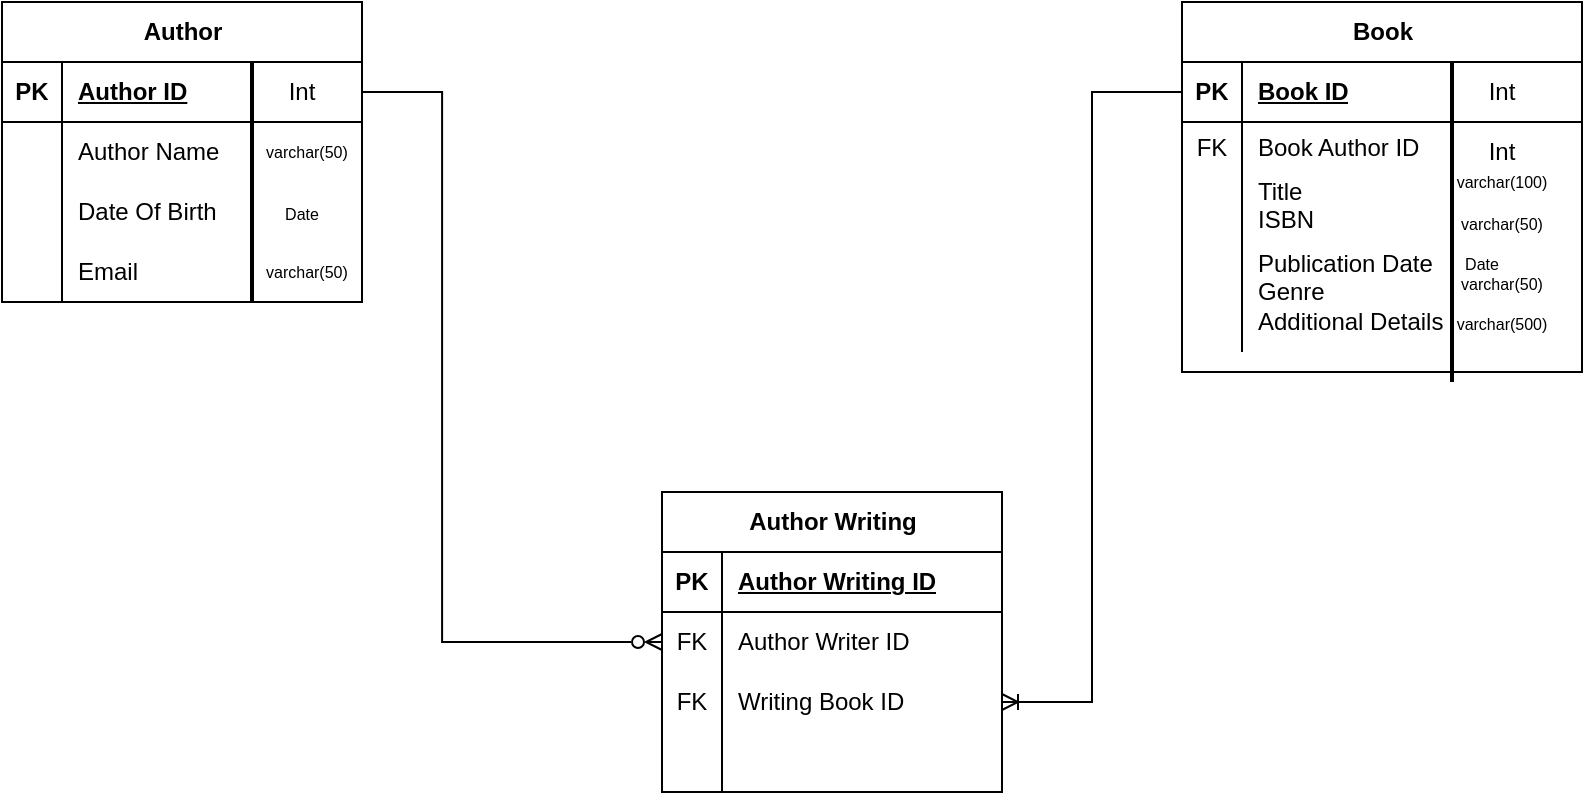
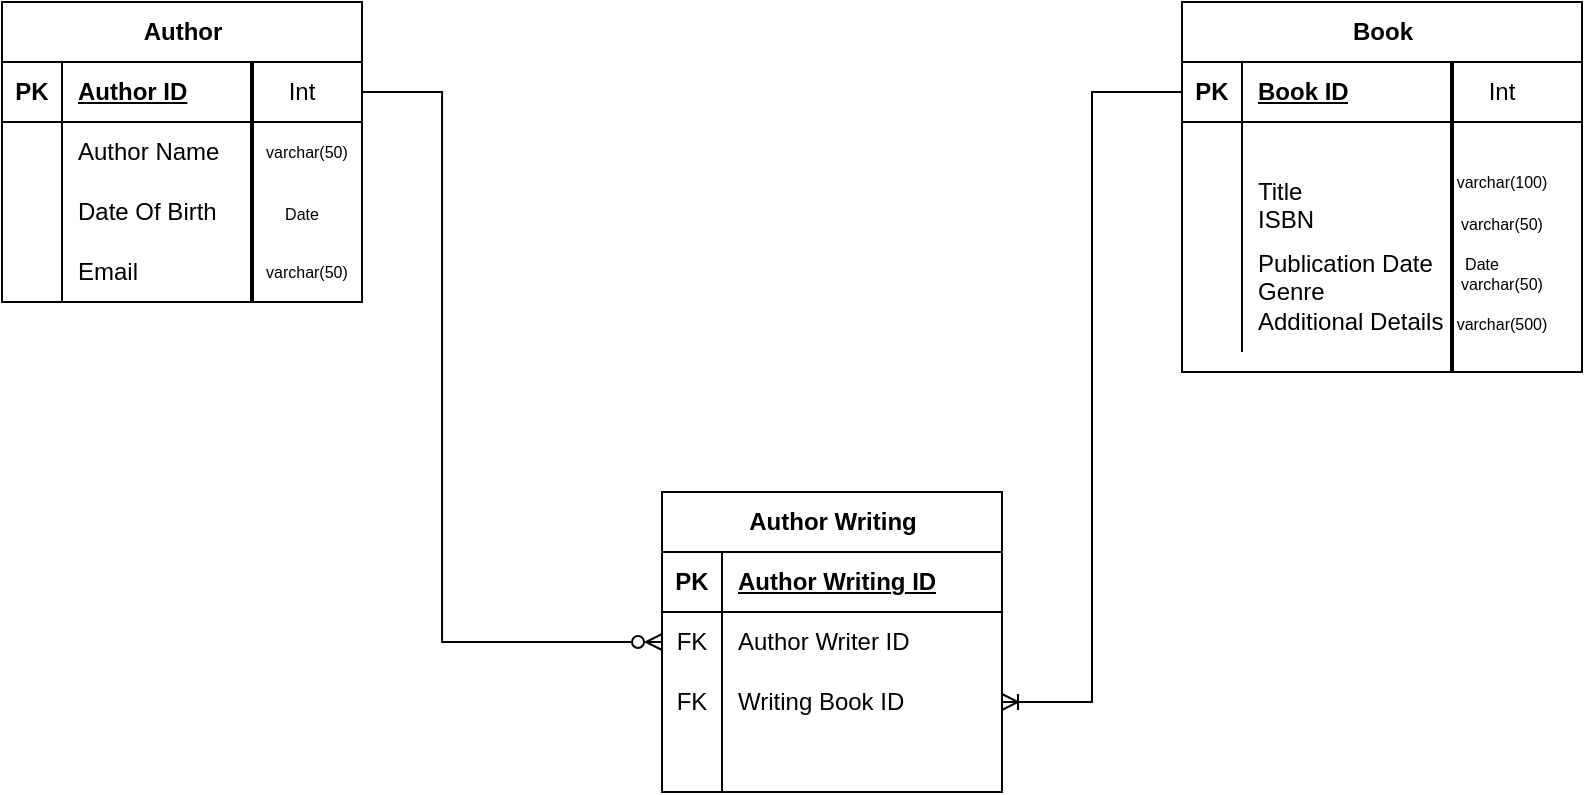
<mxfile host="app.diagrams.net">
  <diagram name="Page-1" id="Zk_2pc1_gUzyAgNU6dPZ">
-     <mxGraphModel dx="799" dy="380" grid="1" gridSize="10" guides="1" tooltips="1" connect="1" arrows="1" fold="1" page="1" pageScale="1" pageWidth="850" pageHeight="1100" math="0" shadow="0">
+     <mxGraphModel dx="965" dy="459" grid="1" gridSize="10" guides="1" tooltips="1" connect="1" arrows="1" fold="1" page="1" pageScale="1" pageWidth="850" pageHeight="1100" math="0" shadow="0">
      <root>
        <mxCell id="0" />
        <mxCell id="1" parent="0" />
        <mxCell id="A8dy5UsNKd1sQuRE_VdO-28" parent="1" style="shape=table;startSize=30;container=1;collapsible=1;childLayout=tableLayout;fixedRows=1;rowLines=0;fontStyle=1;align=center;resizeLast=1;html=1;" value="Book" vertex="1">
          <mxGeometry height="185" width="200" x="610" y="185" as="geometry" />
        </mxCell>
        <mxCell id="A8dy5UsNKd1sQuRE_VdO-29" parent="A8dy5UsNKd1sQuRE_VdO-28" style="shape=tableRow;horizontal=0;startSize=0;swimlaneHead=0;swimlaneBody=0;fillColor=none;collapsible=0;dropTarget=0;points=[[0,0.5],[1,0.5]];portConstraint=eastwest;top=0;left=0;right=0;bottom=1;" value="" vertex="1">
          <mxGeometry height="30" width="200" y="30" as="geometry" />
        </mxCell>
        <mxCell id="A8dy5UsNKd1sQuRE_VdO-30" parent="A8dy5UsNKd1sQuRE_VdO-29" style="shape=partialRectangle;connectable=0;fillColor=none;top=0;left=0;bottom=0;right=0;fontStyle=1;overflow=hidden;whiteSpace=wrap;html=1;" value="PK" vertex="1">
          <mxGeometry height="30" width="30" as="geometry">
            <mxRectangle height="30" width="30" as="alternateBounds" />
          </mxGeometry>
        </mxCell>
        <mxCell id="A8dy5UsNKd1sQuRE_VdO-31" parent="A8dy5UsNKd1sQuRE_VdO-29" style="shape=partialRectangle;connectable=0;fillColor=none;top=0;left=0;bottom=0;right=0;align=left;spacingLeft=6;fontStyle=5;overflow=hidden;whiteSpace=wrap;html=1;" value="Book ID" vertex="1">
          <mxGeometry height="30" width="170" x="30" as="geometry">
            <mxRectangle height="30" width="170" as="alternateBounds" />
          </mxGeometry>
        </mxCell>
        <mxCell id="A8dy5UsNKd1sQuRE_VdO-32" parent="A8dy5UsNKd1sQuRE_VdO-28" style="shape=tableRow;horizontal=0;startSize=0;swimlaneHead=0;swimlaneBody=0;fillColor=none;collapsible=0;dropTarget=0;points=[[0,0.5],[1,0.5]];portConstraint=eastwest;top=0;left=0;right=0;bottom=0;" value="" vertex="1">
          <mxGeometry height="25" width="200" y="60" as="geometry" />
        </mxCell>
-         <mxCell id="A8dy5UsNKd1sQuRE_VdO-33" parent="A8dy5UsNKd1sQuRE_VdO-32" style="shape=partialRectangle;connectable=0;fillColor=none;top=0;left=0;bottom=0;right=0;editable=1;overflow=hidden;whiteSpace=wrap;html=1;" value="FK" vertex="1">
+         <mxCell id="A8dy5UsNKd1sQuRE_VdO-33" parent="A8dy5UsNKd1sQuRE_VdO-32" style="shape=partialRectangle;connectable=0;fillColor=none;top=0;left=0;bottom=0;right=0;editable=1;overflow=hidden;whiteSpace=wrap;html=1;" value="" vertex="1">
          <mxGeometry height="25" width="30" as="geometry">
            <mxRectangle height="25" width="30" as="alternateBounds" />
          </mxGeometry>
        </mxCell>
-         <mxCell id="A8dy5UsNKd1sQuRE_VdO-34" parent="A8dy5UsNKd1sQuRE_VdO-32" style="shape=partialRectangle;connectable=0;fillColor=none;top=0;left=0;bottom=0;right=0;align=left;spacingLeft=6;overflow=hidden;whiteSpace=wrap;html=1;" value="Book Author ID" vertex="1">
+         <mxCell id="A8dy5UsNKd1sQuRE_VdO-34" parent="A8dy5UsNKd1sQuRE_VdO-32" style="shape=partialRectangle;connectable=0;fillColor=none;top=0;left=0;bottom=0;right=0;align=left;spacingLeft=6;overflow=hidden;whiteSpace=wrap;html=1;" value="" vertex="1">
          <mxGeometry height="25" width="170" x="30" as="geometry">
            <mxRectangle height="25" width="170" as="alternateBounds" />
          </mxGeometry>
        </mxCell>
        <mxCell id="A8dy5UsNKd1sQuRE_VdO-35" parent="A8dy5UsNKd1sQuRE_VdO-28" style="shape=tableRow;horizontal=0;startSize=0;swimlaneHead=0;swimlaneBody=0;fillColor=none;collapsible=0;dropTarget=0;points=[[0,0.5],[1,0.5]];portConstraint=eastwest;top=0;left=0;right=0;bottom=0;" value="" vertex="1">
          <mxGeometry height="30" width="200" y="85" as="geometry" />
        </mxCell>
        <mxCell id="A8dy5UsNKd1sQuRE_VdO-36" parent="A8dy5UsNKd1sQuRE_VdO-35" style="shape=partialRectangle;connectable=0;fillColor=none;top=0;left=0;bottom=0;right=0;editable=1;overflow=hidden;whiteSpace=wrap;html=1;" value="" vertex="1">
          <mxGeometry height="30" width="30" as="geometry">
            <mxRectangle height="30" width="30" as="alternateBounds" />
          </mxGeometry>
        </mxCell>
        <mxCell id="A8dy5UsNKd1sQuRE_VdO-37" parent="A8dy5UsNKd1sQuRE_VdO-35" style="shape=partialRectangle;connectable=0;fillColor=none;top=0;left=0;bottom=0;right=0;align=left;spacingLeft=6;overflow=hidden;whiteSpace=wrap;html=1;" value="&lt;div&gt;Title&lt;/div&gt;&lt;div&gt;ISBN&lt;/div&gt;" vertex="1">
          <mxGeometry height="30" width="170" x="30" as="geometry">
            <mxRectangle height="30" width="170" as="alternateBounds" />
          </mxGeometry>
        </mxCell>
        <mxCell id="A8dy5UsNKd1sQuRE_VdO-38" parent="A8dy5UsNKd1sQuRE_VdO-28" style="shape=tableRow;horizontal=0;startSize=0;swimlaneHead=0;swimlaneBody=0;fillColor=none;collapsible=0;dropTarget=0;points=[[0,0.5],[1,0.5]];portConstraint=eastwest;top=0;left=0;right=0;bottom=0;" value="" vertex="1">
          <mxGeometry height="60" width="200" y="115" as="geometry" />
        </mxCell>
        <mxCell id="A8dy5UsNKd1sQuRE_VdO-39" parent="A8dy5UsNKd1sQuRE_VdO-38" style="shape=partialRectangle;connectable=0;fillColor=none;top=0;left=0;bottom=0;right=0;editable=1;overflow=hidden;whiteSpace=wrap;html=1;" value="" vertex="1">
          <mxGeometry height="60" width="30" as="geometry">
            <mxRectangle height="60" width="30" as="alternateBounds" />
          </mxGeometry>
        </mxCell>
        <mxCell id="A8dy5UsNKd1sQuRE_VdO-40" parent="A8dy5UsNKd1sQuRE_VdO-38" style="shape=partialRectangle;connectable=0;fillColor=none;top=0;left=0;bottom=0;right=0;align=left;spacingLeft=6;overflow=hidden;whiteSpace=wrap;html=1;" value="&lt;div&gt;Publication Date&lt;/div&gt;&lt;div&gt;Genre&amp;nbsp;&lt;/div&gt;&lt;div&gt;Additional Details&lt;/div&gt;" vertex="1">
          <mxGeometry height="60" width="170" x="30" as="geometry">
            <mxRectangle height="60" width="170" as="alternateBounds" />
          </mxGeometry>
        </mxCell>
        <mxCell id="A8dy5UsNKd1sQuRE_VdO-41" parent="1" style="line;strokeWidth=2;direction=south;html=1;" value="" vertex="1">
-           <mxGeometry height="160" width="10" x="740" y="215" as="geometry" />
+           <mxGeometry height="155" width="10" x="740" y="215" as="geometry" />
        </mxCell>
        <mxCell id="A8dy5UsNKd1sQuRE_VdO-44" parent="1" style="text;html=1;whiteSpace=wrap;strokeColor=none;fillColor=none;align=center;verticalAlign=middle;rounded=0;" value="Int" vertex="1">
          <mxGeometry height="30" width="60" x="740" y="215" as="geometry" />
        </mxCell>
        <mxCell id="A8dy5UsNKd1sQuRE_VdO-47" parent="1" style="text;html=1;whiteSpace=wrap;strokeColor=none;fillColor=none;align=center;verticalAlign=middle;rounded=0;" value="&lt;font style=&quot;font-size: 8px;&quot;&gt;varchar(50)&lt;/font&gt;" vertex="1">
          <mxGeometry height="30" width="60" x="740" y="280" as="geometry" />
        </mxCell>
        <mxCell id="A8dy5UsNKd1sQuRE_VdO-48" parent="1" style="text;whiteSpace=wrap;html=1;align=center;" value="&lt;div align=&quot;center&quot;&gt;&lt;font style=&quot;font-size: 8px;&quot;&gt;varchar(100)&lt;/font&gt;&lt;/div&gt;" vertex="1">
          <mxGeometry height="40" width="80" x="730" y="260" as="geometry" />
-         </mxCell>
-         <mxCell id="A8dy5UsNKd1sQuRE_VdO-49" parent="1" style="text;html=1;whiteSpace=wrap;strokeColor=none;fillColor=none;align=center;verticalAlign=middle;rounded=0;" value="Int" vertex="1">
-           <mxGeometry height="30" width="60" x="740" y="245" as="geometry" />
        </mxCell>
        <mxCell id="A8dy5UsNKd1sQuRE_VdO-50" parent="1" style="text;html=1;whiteSpace=wrap;strokeColor=none;fillColor=none;align=center;verticalAlign=middle;rounded=0;" value="&lt;font style=&quot;font-size: 8px;&quot;&gt;varchar(50)&lt;/font&gt;" vertex="1">
          <mxGeometry height="30" width="60" x="740" y="310" as="geometry" />
        </mxCell>
        <mxCell id="A8dy5UsNKd1sQuRE_VdO-53" parent="1" style="text;html=1;whiteSpace=wrap;strokeColor=none;fillColor=none;align=center;verticalAlign=middle;rounded=0;" value="&lt;font style=&quot;font-size: 8px;&quot;&gt;Date&lt;/font&gt;" vertex="1">
          <mxGeometry height="30" width="60" x="730" y="300" as="geometry" />
        </mxCell>
        <mxCell id="A8dy5UsNKd1sQuRE_VdO-54" parent="1" style="text;html=1;whiteSpace=wrap;strokeColor=none;fillColor=none;align=center;verticalAlign=middle;rounded=0;" value="&lt;div align=&quot;center&quot;&gt;&lt;font style=&quot;font-size: 8px;&quot;&gt;varchar(500)&lt;/font&gt;&lt;/div&gt;" vertex="1">
          <mxGeometry height="30" width="60" x="740" y="330" as="geometry" />
        </mxCell>
        <mxCell id="A8dy5UsNKd1sQuRE_VdO-57" parent="1" style="shape=table;startSize=30;container=1;collapsible=1;childLayout=tableLayout;fixedRows=1;rowLines=0;fontStyle=1;align=center;resizeLast=1;html=1;" value="Author Writing" vertex="1">
          <mxGeometry height="150" width="170" x="350" y="430" as="geometry" />
        </mxCell>
        <mxCell id="A8dy5UsNKd1sQuRE_VdO-58" parent="A8dy5UsNKd1sQuRE_VdO-57" style="shape=tableRow;horizontal=0;startSize=0;swimlaneHead=0;swimlaneBody=0;fillColor=none;collapsible=0;dropTarget=0;points=[[0,0.5],[1,0.5]];portConstraint=eastwest;top=0;left=0;right=0;bottom=1;" value="" vertex="1">
          <mxGeometry height="30" width="170" y="30" as="geometry" />
        </mxCell>
        <mxCell id="A8dy5UsNKd1sQuRE_VdO-59" parent="A8dy5UsNKd1sQuRE_VdO-58" style="shape=partialRectangle;connectable=0;fillColor=none;top=0;left=0;bottom=0;right=0;fontStyle=1;overflow=hidden;whiteSpace=wrap;html=1;" value="PK" vertex="1">
          <mxGeometry height="30" width="30" as="geometry">
            <mxRectangle height="30" width="30" as="alternateBounds" />
          </mxGeometry>
        </mxCell>
        <mxCell id="A8dy5UsNKd1sQuRE_VdO-60" parent="A8dy5UsNKd1sQuRE_VdO-58" style="shape=partialRectangle;connectable=0;fillColor=none;top=0;left=0;bottom=0;right=0;align=left;spacingLeft=6;fontStyle=5;overflow=hidden;whiteSpace=wrap;html=1;" value="Author Writing ID" vertex="1">
          <mxGeometry height="30" width="140" x="30" as="geometry">
            <mxRectangle height="30" width="140" as="alternateBounds" />
          </mxGeometry>
        </mxCell>
        <mxCell id="A8dy5UsNKd1sQuRE_VdO-61" parent="A8dy5UsNKd1sQuRE_VdO-57" style="shape=tableRow;horizontal=0;startSize=0;swimlaneHead=0;swimlaneBody=0;fillColor=none;collapsible=0;dropTarget=0;points=[[0,0.5],[1,0.5]];portConstraint=eastwest;top=0;left=0;right=0;bottom=0;" value="" vertex="1">
          <mxGeometry height="30" width="170" y="60" as="geometry" />
        </mxCell>
        <mxCell id="A8dy5UsNKd1sQuRE_VdO-62" parent="A8dy5UsNKd1sQuRE_VdO-61" style="shape=partialRectangle;connectable=0;fillColor=none;top=0;left=0;bottom=0;right=0;editable=1;overflow=hidden;whiteSpace=wrap;html=1;" value="FK" vertex="1">
          <mxGeometry height="30" width="30" as="geometry">
            <mxRectangle height="30" width="30" as="alternateBounds" />
          </mxGeometry>
        </mxCell>
        <mxCell id="A8dy5UsNKd1sQuRE_VdO-63" parent="A8dy5UsNKd1sQuRE_VdO-61" style="shape=partialRectangle;connectable=0;fillColor=none;top=0;left=0;bottom=0;right=0;align=left;spacingLeft=6;overflow=hidden;whiteSpace=wrap;html=1;" value="Author Writer ID" vertex="1">
          <mxGeometry height="30" width="140" x="30" as="geometry">
            <mxRectangle height="30" width="140" as="alternateBounds" />
          </mxGeometry>
        </mxCell>
        <mxCell id="A8dy5UsNKd1sQuRE_VdO-64" parent="A8dy5UsNKd1sQuRE_VdO-57" style="shape=tableRow;horizontal=0;startSize=0;swimlaneHead=0;swimlaneBody=0;fillColor=none;collapsible=0;dropTarget=0;points=[[0,0.5],[1,0.5]];portConstraint=eastwest;top=0;left=0;right=0;bottom=0;" value="" vertex="1">
          <mxGeometry height="30" width="170" y="90" as="geometry" />
        </mxCell>
        <mxCell id="A8dy5UsNKd1sQuRE_VdO-65" parent="A8dy5UsNKd1sQuRE_VdO-64" style="shape=partialRectangle;connectable=0;fillColor=none;top=0;left=0;bottom=0;right=0;editable=1;overflow=hidden;whiteSpace=wrap;html=1;" value="FK" vertex="1">
          <mxGeometry height="30" width="30" as="geometry">
            <mxRectangle height="30" width="30" as="alternateBounds" />
          </mxGeometry>
        </mxCell>
        <mxCell id="A8dy5UsNKd1sQuRE_VdO-66" parent="A8dy5UsNKd1sQuRE_VdO-64" style="shape=partialRectangle;connectable=0;fillColor=none;top=0;left=0;bottom=0;right=0;align=left;spacingLeft=6;overflow=hidden;whiteSpace=wrap;html=1;" value="Writing Book ID" vertex="1">
          <mxGeometry height="30" width="140" x="30" as="geometry">
            <mxRectangle height="30" width="140" as="alternateBounds" />
          </mxGeometry>
        </mxCell>
        <mxCell id="A8dy5UsNKd1sQuRE_VdO-67" parent="A8dy5UsNKd1sQuRE_VdO-57" style="shape=tableRow;horizontal=0;startSize=0;swimlaneHead=0;swimlaneBody=0;fillColor=none;collapsible=0;dropTarget=0;points=[[0,0.5],[1,0.5]];portConstraint=eastwest;top=0;left=0;right=0;bottom=0;" value="" vertex="1">
          <mxGeometry height="30" width="170" y="120" as="geometry" />
        </mxCell>
        <mxCell id="A8dy5UsNKd1sQuRE_VdO-68" parent="A8dy5UsNKd1sQuRE_VdO-67" style="shape=partialRectangle;connectable=0;fillColor=none;top=0;left=0;bottom=0;right=0;editable=1;overflow=hidden;whiteSpace=wrap;html=1;" value="" vertex="1">
          <mxGeometry height="30" width="30" as="geometry">
            <mxRectangle height="30" width="30" as="alternateBounds" />
          </mxGeometry>
        </mxCell>
        <mxCell id="A8dy5UsNKd1sQuRE_VdO-69" parent="A8dy5UsNKd1sQuRE_VdO-67" style="shape=partialRectangle;connectable=0;fillColor=none;top=0;left=0;bottom=0;right=0;align=left;spacingLeft=6;overflow=hidden;whiteSpace=wrap;html=1;" value="" vertex="1">
          <mxGeometry height="30" width="140" x="30" as="geometry">
            <mxRectangle height="30" width="140" as="alternateBounds" />
          </mxGeometry>
        </mxCell>
        <mxCell id="A8dy5UsNKd1sQuRE_VdO-71" parent="1" style="shape=table;startSize=30;container=1;collapsible=1;childLayout=tableLayout;fixedRows=1;rowLines=0;fontStyle=1;align=center;resizeLast=1;html=1;" value="Author" vertex="1">
          <mxGeometry height="150" width="180" x="20" y="185" as="geometry" />
        </mxCell>
        <mxCell id="A8dy5UsNKd1sQuRE_VdO-72" parent="A8dy5UsNKd1sQuRE_VdO-71" style="shape=tableRow;horizontal=0;startSize=0;swimlaneHead=0;swimlaneBody=0;fillColor=none;collapsible=0;dropTarget=0;points=[[0,0.5],[1,0.5]];portConstraint=eastwest;top=0;left=0;right=0;bottom=1;" value="" vertex="1">
          <mxGeometry height="30" width="180" y="30" as="geometry" />
        </mxCell>
        <mxCell id="A8dy5UsNKd1sQuRE_VdO-73" parent="A8dy5UsNKd1sQuRE_VdO-72" style="shape=partialRectangle;connectable=0;fillColor=none;top=0;left=0;bottom=0;right=0;fontStyle=1;overflow=hidden;whiteSpace=wrap;html=1;" value="PK" vertex="1">
          <mxGeometry height="30" width="30" as="geometry">
            <mxRectangle height="30" width="30" as="alternateBounds" />
          </mxGeometry>
        </mxCell>
        <mxCell id="A8dy5UsNKd1sQuRE_VdO-74" parent="A8dy5UsNKd1sQuRE_VdO-72" style="shape=partialRectangle;connectable=0;fillColor=none;top=0;left=0;bottom=0;right=0;align=left;spacingLeft=6;fontStyle=5;overflow=hidden;whiteSpace=wrap;html=1;" value="Author ID" vertex="1">
          <mxGeometry height="30" width="150" x="30" as="geometry">
            <mxRectangle height="30" width="150" as="alternateBounds" />
          </mxGeometry>
        </mxCell>
        <mxCell id="A8dy5UsNKd1sQuRE_VdO-75" parent="A8dy5UsNKd1sQuRE_VdO-71" style="shape=tableRow;horizontal=0;startSize=0;swimlaneHead=0;swimlaneBody=0;fillColor=none;collapsible=0;dropTarget=0;points=[[0,0.5],[1,0.5]];portConstraint=eastwest;top=0;left=0;right=0;bottom=0;" value="" vertex="1">
          <mxGeometry height="30" width="180" y="60" as="geometry" />
        </mxCell>
        <mxCell id="A8dy5UsNKd1sQuRE_VdO-76" parent="A8dy5UsNKd1sQuRE_VdO-75" style="shape=partialRectangle;connectable=0;fillColor=none;top=0;left=0;bottom=0;right=0;editable=1;overflow=hidden;whiteSpace=wrap;html=1;" value="" vertex="1">
          <mxGeometry height="30" width="30" as="geometry">
            <mxRectangle height="30" width="30" as="alternateBounds" />
          </mxGeometry>
        </mxCell>
        <mxCell id="A8dy5UsNKd1sQuRE_VdO-77" parent="A8dy5UsNKd1sQuRE_VdO-75" style="shape=partialRectangle;connectable=0;fillColor=none;top=0;left=0;bottom=0;right=0;align=left;spacingLeft=6;overflow=hidden;whiteSpace=wrap;html=1;" value="Author Name" vertex="1">
          <mxGeometry height="30" width="150" x="30" as="geometry">
            <mxRectangle height="30" width="150" as="alternateBounds" />
          </mxGeometry>
        </mxCell>
        <mxCell id="A8dy5UsNKd1sQuRE_VdO-78" parent="A8dy5UsNKd1sQuRE_VdO-71" style="shape=tableRow;horizontal=0;startSize=0;swimlaneHead=0;swimlaneBody=0;fillColor=none;collapsible=0;dropTarget=0;points=[[0,0.5],[1,0.5]];portConstraint=eastwest;top=0;left=0;right=0;bottom=0;" value="" vertex="1">
          <mxGeometry height="30" width="180" y="90" as="geometry" />
        </mxCell>
        <mxCell id="A8dy5UsNKd1sQuRE_VdO-79" parent="A8dy5UsNKd1sQuRE_VdO-78" style="shape=partialRectangle;connectable=0;fillColor=none;top=0;left=0;bottom=0;right=0;editable=1;overflow=hidden;whiteSpace=wrap;html=1;" value="" vertex="1">
          <mxGeometry height="30" width="30" as="geometry">
            <mxRectangle height="30" width="30" as="alternateBounds" />
          </mxGeometry>
        </mxCell>
        <mxCell id="A8dy5UsNKd1sQuRE_VdO-80" parent="A8dy5UsNKd1sQuRE_VdO-78" style="shape=partialRectangle;connectable=0;fillColor=none;top=0;left=0;bottom=0;right=0;align=left;spacingLeft=6;overflow=hidden;whiteSpace=wrap;html=1;" value="Date Of Birth" vertex="1">
          <mxGeometry height="30" width="150" x="30" as="geometry">
            <mxRectangle height="30" width="150" as="alternateBounds" />
          </mxGeometry>
        </mxCell>
        <mxCell id="A8dy5UsNKd1sQuRE_VdO-81" parent="A8dy5UsNKd1sQuRE_VdO-71" style="shape=tableRow;horizontal=0;startSize=0;swimlaneHead=0;swimlaneBody=0;fillColor=none;collapsible=0;dropTarget=0;points=[[0,0.5],[1,0.5]];portConstraint=eastwest;top=0;left=0;right=0;bottom=0;" value="" vertex="1">
          <mxGeometry height="30" width="180" y="120" as="geometry" />
        </mxCell>
        <mxCell id="A8dy5UsNKd1sQuRE_VdO-82" parent="A8dy5UsNKd1sQuRE_VdO-81" style="shape=partialRectangle;connectable=0;fillColor=none;top=0;left=0;bottom=0;right=0;editable=1;overflow=hidden;whiteSpace=wrap;html=1;" value="" vertex="1">
          <mxGeometry height="30" width="30" as="geometry">
            <mxRectangle height="30" width="30" as="alternateBounds" />
          </mxGeometry>
        </mxCell>
        <mxCell id="A8dy5UsNKd1sQuRE_VdO-83" parent="A8dy5UsNKd1sQuRE_VdO-81" style="shape=partialRectangle;connectable=0;fillColor=none;top=0;left=0;bottom=0;right=0;align=left;spacingLeft=6;overflow=hidden;whiteSpace=wrap;html=1;" value="Email" vertex="1">
          <mxGeometry height="30" width="150" x="30" as="geometry">
            <mxRectangle height="30" width="150" as="alternateBounds" />
          </mxGeometry>
        </mxCell>
        <mxCell id="A8dy5UsNKd1sQuRE_VdO-84" parent="1" style="line;strokeWidth=2;direction=south;html=1;" value="" vertex="1">
          <mxGeometry height="120" width="10" x="140" y="215" as="geometry" />
        </mxCell>
        <mxCell id="A8dy5UsNKd1sQuRE_VdO-85" parent="1" style="text;html=1;whiteSpace=wrap;strokeColor=none;fillColor=none;align=center;verticalAlign=middle;rounded=0;" value="Int" vertex="1">
          <mxGeometry height="30" width="60" x="140" y="215" as="geometry" />
        </mxCell>
        <mxCell id="A8dy5UsNKd1sQuRE_VdO-86" parent="1" style="text;html=1;whiteSpace=wrap;strokeColor=none;fillColor=none;align=center;verticalAlign=middle;rounded=0;" value="&lt;font style=&quot;font-size: 8px;&quot;&gt;Date&lt;/font&gt;" vertex="1">
          <mxGeometry height="30" width="60" x="140" y="275" as="geometry" />
        </mxCell>
        <mxCell id="A8dy5UsNKd1sQuRE_VdO-87" parent="1" style="text;whiteSpace=wrap;html=1;" value="&lt;font style=&quot;font-size: 8px;&quot;&gt;varchar(50)&lt;/font&gt;" vertex="1">
          <mxGeometry height="40" width="70" x="150" y="305" as="geometry" />
        </mxCell>
        <mxCell id="A8dy5UsNKd1sQuRE_VdO-88" parent="1" style="text;whiteSpace=wrap;html=1;" value="&lt;font style=&quot;font-size: 8px;&quot;&gt;varchar(50)&lt;/font&gt;" vertex="1">
          <mxGeometry height="40" width="70" x="150" y="245" as="geometry" />
        </mxCell>
        <mxCell id="A8dy5UsNKd1sQuRE_VdO-89" edge="1" parent="1" source="A8dy5UsNKd1sQuRE_VdO-85" style="edgeStyle=orthogonalEdgeStyle;rounded=0;orthogonalLoop=1;jettySize=auto;html=1;entryX=0;entryY=0.5;entryDx=0;entryDy=0;endArrow=ERzeroToMany;endFill=0;" target="A8dy5UsNKd1sQuRE_VdO-61">
          <mxGeometry relative="1" as="geometry">
            <Array as="points">
              <mxPoint x="240.03" y="230" />
              <mxPoint x="240.03" y="505.03" />
            </Array>
          </mxGeometry>
        </mxCell>
        <mxCell id="A8dy5UsNKd1sQuRE_VdO-90" edge="1" parent="1" source="A8dy5UsNKd1sQuRE_VdO-64" style="edgeStyle=orthogonalEdgeStyle;rounded=0;orthogonalLoop=1;jettySize=auto;html=1;entryX=0;entryY=0.5;entryDx=0;entryDy=0;endArrow=none;endFill=0;startArrow=ERoneToMany;startFill=0;" target="A8dy5UsNKd1sQuRE_VdO-29">
          <mxGeometry relative="1" as="geometry" />
        </mxCell>
      </root>
    </mxGraphModel>
  </diagram>
</mxfile>
